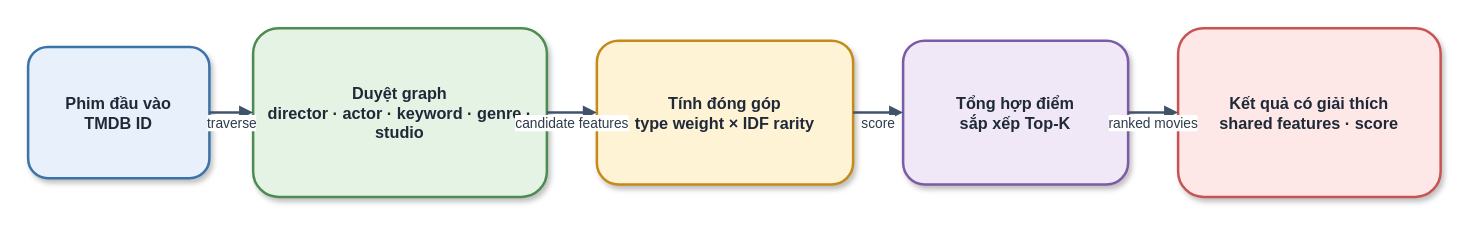
Above: report_latex/images/sources/recommendation_explanation.drawio in khanhhk/advanced_database (draw.io), before the change. Source tidied: cells renumbered, new cells numbered last; positions are measured from the earlier drawing's top-left corner, leaving out a move shared by most shapes. Both pictures are drawn from the tidied source at 125%, with x=0, y=0 at pixel (28, 28).
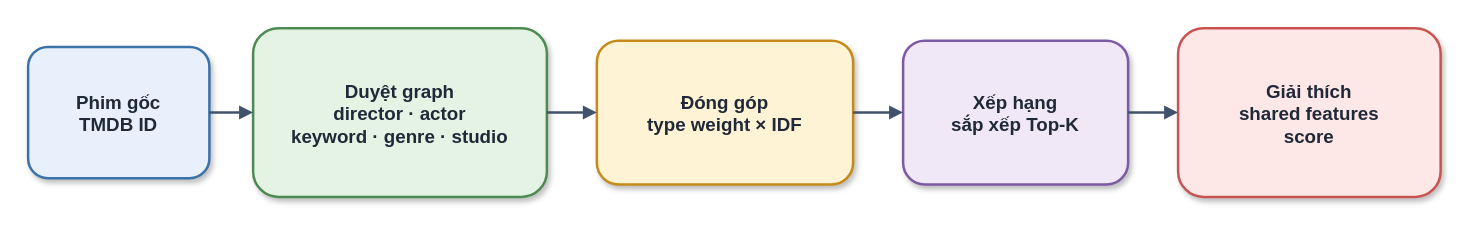
The same diagram, later.

What changed in the source:
```diff
@@
 <mxGraphModel>
   <root>
     <mxCell id="0" />
     <mxCell id="1" parent="0" />
-    <mxCell id="2" value="Phim đầu vào&#10;TMDB ID" style="rounded=1;whiteSpace=wrap;html=1;fillColor=#E8F1FB;strokeColor=#3B73A8;strokeWidth=2;fontSize=13;fontColor=#1F2937;fontStyle=1;spacing=8;shadow=1;" parent="1" vertex="1">
+    <mxCell id="2" value="Phim gốc&#10;TMDB ID" style="rounded=1;whiteSpace=wrap;html=1;fillColor=#E8F1FB;strokeColor=#3B73A8;strokeWidth=2;fontSize=15;fontColor=#1F2937;fontStyle=1;spacing=8;shadow=1;" parent="1" vertex="1">
       <mxGeometry y="15" width="145" height="105" as="geometry" />
     </mxCell>
-    <mxCell id="3" value="Duyệt graph&#10;director · actor · keyword · genre · studio" style="rounded=1;whiteSpace=wrap;html=1;fillColor=#E5F3E5;strokeColor=#4D8B52;strokeWidth=2;fontSize=13;fontColor=#1F2937;fontStyle=1;spacing=8;shadow=1;" parent="1" vertex="1">
+    <mxCell id="3" value="Duyệt graph&#10;director · actor&#10;keyword · genre · studio" style="rounded=1;whiteSpace=wrap;html=1;fillColor=#E5F3E5;strokeColor=#4D8B52;strokeWidth=2;fontSize=15;fontColor=#1F2937;fontStyle=1;spacing=8;shadow=1;" parent="1" vertex="1">
       <mxGeometry x="180" width="235" height="135" as="geometry" />
     </mxCell>
-    <mxCell id="4" value="Tính đóng góp&#10;type weight × IDF rarity" style="rounded=1;whiteSpace=wrap;html=1;fillColor=#FFF3D6;strokeColor=#C58A18;strokeWidth=2;fontSize=13;fontColor=#1F2937;fontStyle=1;spacing=8;shadow=1;" parent="1" vertex="1">
+    <mxCell id="4" value="Đóng góp&#10;type weight × IDF" style="rounded=1;whiteSpace=wrap;html=1;fillColor=#FFF3D6;strokeColor=#C58A18;strokeWidth=2;fontSize=15;fontColor=#1F2937;fontStyle=1;spacing=8;shadow=1;" parent="1" vertex="1">
       <mxGeometry x="455" y="10" width="205" height="115" as="geometry" />
     </mxCell>
-    <mxCell id="5" value="Tổng hợp điểm&#10;sắp xếp Top-K" style="rounded=1;whiteSpace=wrap;html=1;fillColor=#F0E8F7;strokeColor=#7B5AA6;strokeWidth=2;fontSize=13;fontColor=#1F2937;fontStyle=1;spacing=8;shadow=1;" parent="1" vertex="1">
+    <mxCell id="5" value="Xếp hạng&#10;sắp xếp Top-K" style="rounded=1;whiteSpace=wrap;html=1;fillColor=#F0E8F7;strokeColor=#7B5AA6;strokeWidth=2;fontSize=15;fontColor=#1F2937;fontStyle=1;spacing=8;shadow=1;" parent="1" vertex="1">
       <mxGeometry x="700" y="10" width="180" height="115" as="geometry" />
     </mxCell>
-    <mxCell id="6" value="Kết quả có giải thích&#10;shared features · score" style="rounded=1;whiteSpace=wrap;html=1;fillColor=#FDE8E7;strokeColor=#C85452;strokeWidth=2;fontSize=13;fontColor=#1F2937;fontStyle=1;spacing=8;shadow=1;" parent="1" vertex="1">
+    <mxCell id="6" value="Giải thích&#10;shared features&#10;score" style="rounded=1;whiteSpace=wrap;html=1;fillColor=#FDE8E7;strokeColor=#C85452;strokeWidth=2;fontSize=15;fontColor=#1F2937;fontStyle=1;spacing=8;shadow=1;" parent="1" vertex="1">
       <mxGeometry x="920" width="210" height="135" as="geometry" />
     </mxCell>
-    <mxCell id="7" value="traverse" style="edgeStyle=orthogonalEdgeStyle;rounded=1;jettySize=auto;html=1;endArrow=block;endFill=1;strokeColor=#40536B;strokeWidth=2;fontSize=11;fontColor=#2F3B4A;labelBackgroundColor=#FFFFFF;spacingBottom=8;exitX=1;exitY=0.5;exitDx=0;exitDy=0;entryX=0;entryY=0.5;entryDx=0;entryDy=0;" parent="1" edge="1" source="2" target="3">
+    <mxCell id="7" style="edgeStyle=orthogonalEdgeStyle;rounded=1;jettySize=auto;html=1;endArrow=block;endFill=1;strokeColor=#40536B;strokeWidth=2;fontSize=13;fontColor=#2F3B4A;labelBackgroundColor=#FFFFFF;spacingBottom=8;exitX=1;exitY=0.5;exitDx=0;exitDy=0;entryX=0;entryY=0.5;entryDx=0;entryDy=0;" parent="1" edge="1" source="2" target="3">
       <mxGeometry y="-12" relative="1" as="geometry" />
     </mxCell>
-    <mxCell id="8" value="candidate features" style="edgeStyle=orthogonalEdgeStyle;rounded=1;jettySize=auto;html=1;endArrow=block;endFill=1;strokeColor=#40536B;strokeWidth=2;fontSize=11;fontColor=#2F3B4A;labelBackgroundColor=#FFFFFF;spacingBottom=8;exitX=1;exitY=0.5;exitDx=0;exitDy=0;entryX=0;entryY=0.5;entryDx=0;entryDy=0;" parent="1" edge="1" source="3" target="4">
+    <mxCell id="8" style="edgeStyle=orthogonalEdgeStyle;rounded=1;jettySize=auto;html=1;endArrow=block;endFill=1;strokeColor=#40536B;strokeWidth=2;fontSize=13;fontColor=#2F3B4A;labelBackgroundColor=#FFFFFF;spacingBottom=8;exitX=1;exitY=0.5;exitDx=0;exitDy=0;entryX=0;entryY=0.5;entryDx=0;entryDy=0;" parent="1" edge="1" source="3" target="4">
       <mxGeometry y="-12" relative="1" as="geometry" />
     </mxCell>
-    <mxCell id="9" value="score" style="edgeStyle=orthogonalEdgeStyle;rounded=1;jettySize=auto;html=1;endArrow=block;endFill=1;strokeColor=#40536B;strokeWidth=2;fontSize=11;fontColor=#2F3B4A;labelBackgroundColor=#FFFFFF;spacingBottom=8;exitX=1;exitY=0.5;exitDx=0;exitDy=0;entryX=0;entryY=0.5;entryDx=0;entryDy=0;" parent="1" edge="1" source="4" target="5">
+    <mxCell id="9" style="edgeStyle=orthogonalEdgeStyle;rounded=1;jettySize=auto;html=1;endArrow=block;endFill=1;strokeColor=#40536B;strokeWidth=2;fontSize=13;fontColor=#2F3B4A;labelBackgroundColor=#FFFFFF;spacingBottom=8;exitX=1;exitY=0.5;exitDx=0;exitDy=0;entryX=0;entryY=0.5;entryDx=0;entryDy=0;" parent="1" edge="1" source="4" target="5">
       <mxGeometry y="-12" relative="1" as="geometry" />
     </mxCell>
-    <mxCell id="10" value="ranked movies" style="edgeStyle=orthogonalEdgeStyle;rounded=1;jettySize=auto;html=1;endArrow=block;endFill=1;strokeColor=#40536B;strokeWidth=2;fontSize=11;fontColor=#2F3B4A;labelBackgroundColor=#FFFFFF;spacingBottom=8;exitX=1;exitY=0.5;exitDx=0;exitDy=0;entryX=0;entryY=0.5;entryDx=0;entryDy=0;" parent="1" edge="1" source="5" target="6">
+    <mxCell id="10" style="edgeStyle=orthogonalEdgeStyle;rounded=1;jettySize=auto;html=1;endArrow=block;endFill=1;strokeColor=#40536B;strokeWidth=2;fontSize=13;fontColor=#2F3B4A;labelBackgroundColor=#FFFFFF;spacingBottom=8;exitX=1;exitY=0.5;exitDx=0;exitDy=0;entryX=0;entryY=0.5;entryDx=0;entryDy=0;" parent="1" edge="1" source="5" target="6">
       <mxGeometry y="-12" relative="1" as="geometry" />
     </mxCell>
   </root>
 </mxGraphModel>
```
